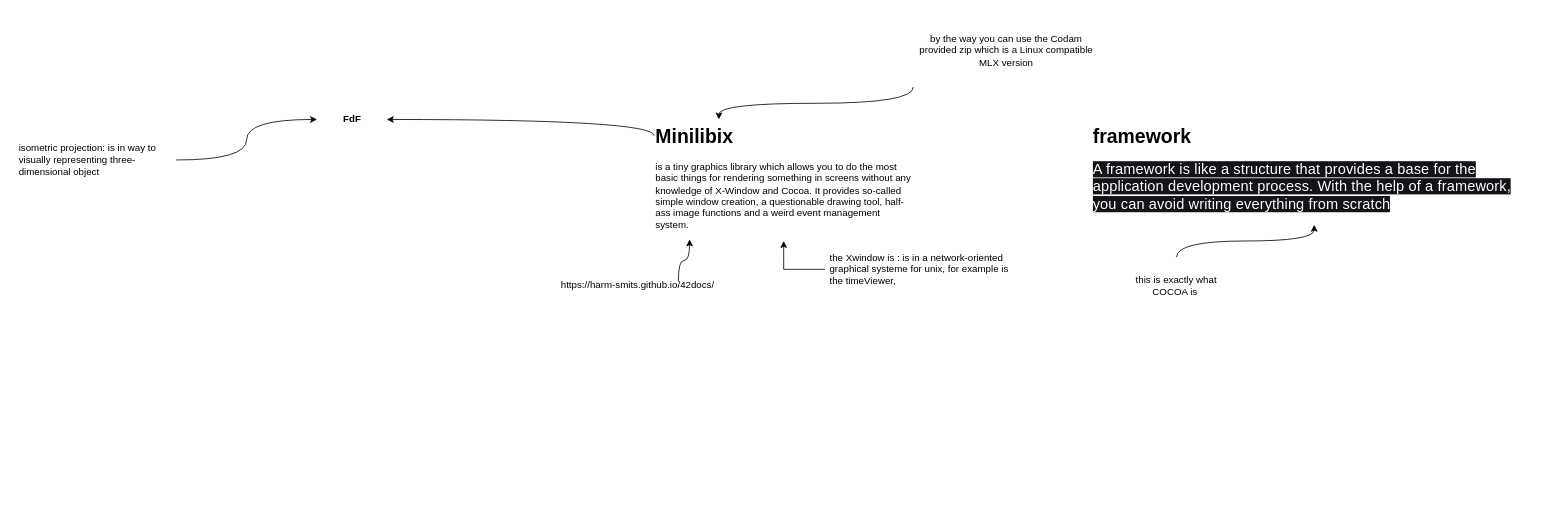
Before: graph.drawio in raynlamlaika/Fdf, a draw.io diagram. Source tidied: cells renumbered, new cells numbered last; positions are measured from the earlier drawing's top-left corner, leaving out a move shared by most shapes. Both pictures are drawn from the tidied source at 81%, with x=0, y=0 at pixel (14, 14).
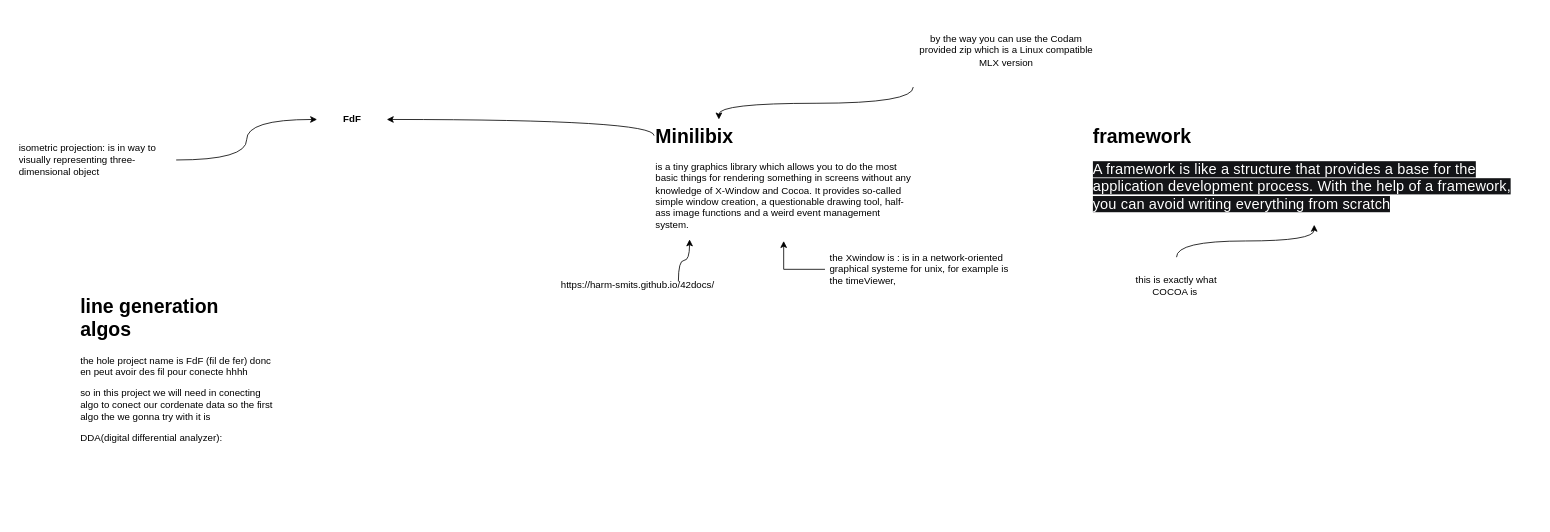
The same diagram, later.

Diff of the diagram source:
```diff
@@
+    <mxCell id="16" value="&lt;h1 style=&quot;margin-top: 0px;&quot;&gt;line generation algos&lt;/h1&gt;&lt;p&gt;the hole project name is FdF (fil de fer) donc en peut avoir des fil pour conecte hhhh&lt;/p&gt;&lt;p&gt;so in this project we will need in conecting algo to conect our cordenate data so the first algo the we gonna try with it is&amp;nbsp;&lt;/p&gt;&lt;p&gt;DDA(digital differential analyzer):&lt;/p&gt;&lt;p&gt;&lt;br&gt;&lt;/p&gt;&lt;p&gt;&lt;br&gt;&lt;/p&gt;" style="text;html=1;whiteSpace=wrap;overflow=hidden;rounded=0;" parent="1" vertex="1">
+      <mxGeometry x="80" y="340" width="240" height="280" as="geometry" />
+    </mxCell>
```
